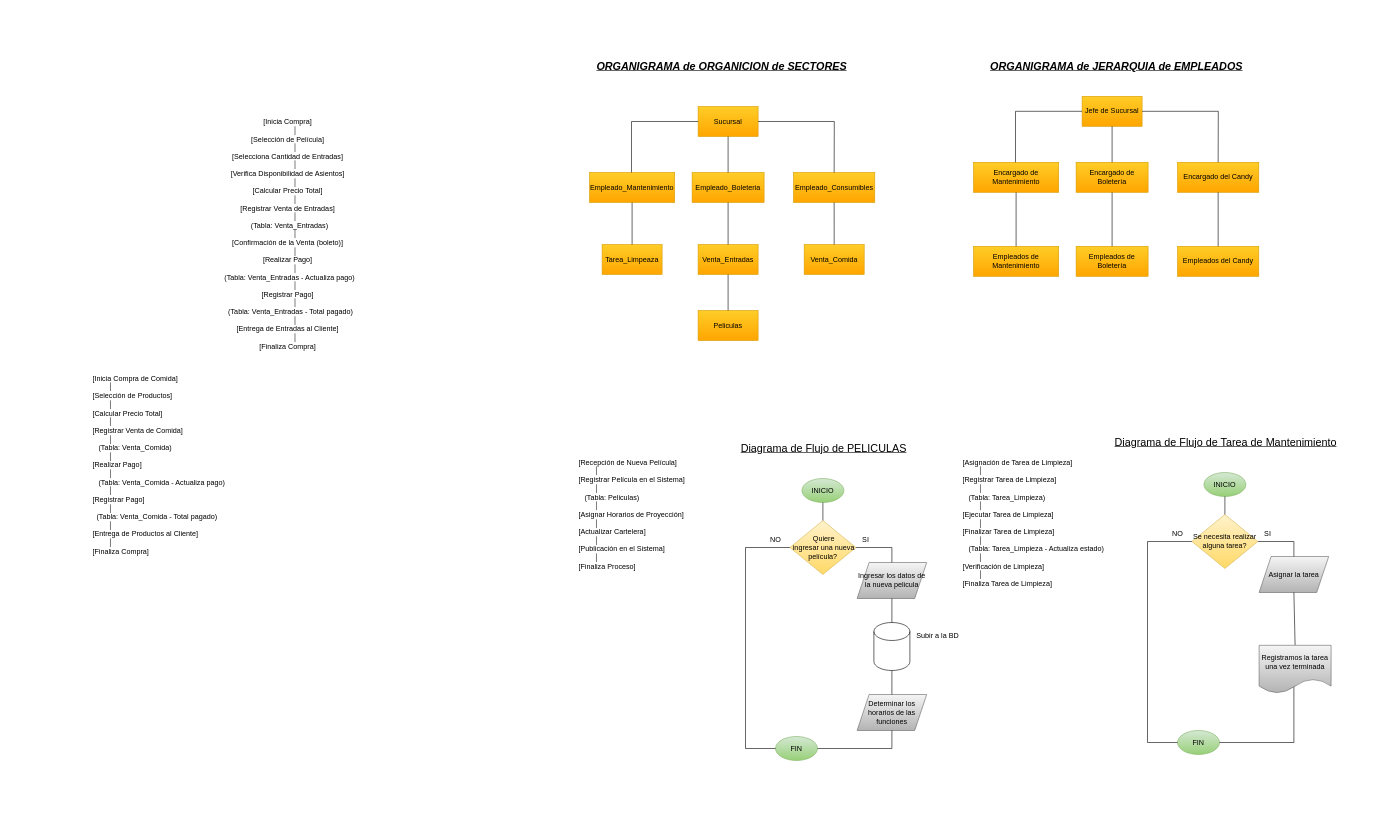
Above: ORGANIGRAMA.drawio in NahuelLV/Base-de-Datos (draw.io), before the change. Source tidied: cells renumbered, new cells numbered last; positions are measured from the earlier drawing's top-left corner, leaving out a move shared by most shapes. Both pictures are drawn from the tidied source at 60%, with x=0, y=0 at pixel (91, 54).
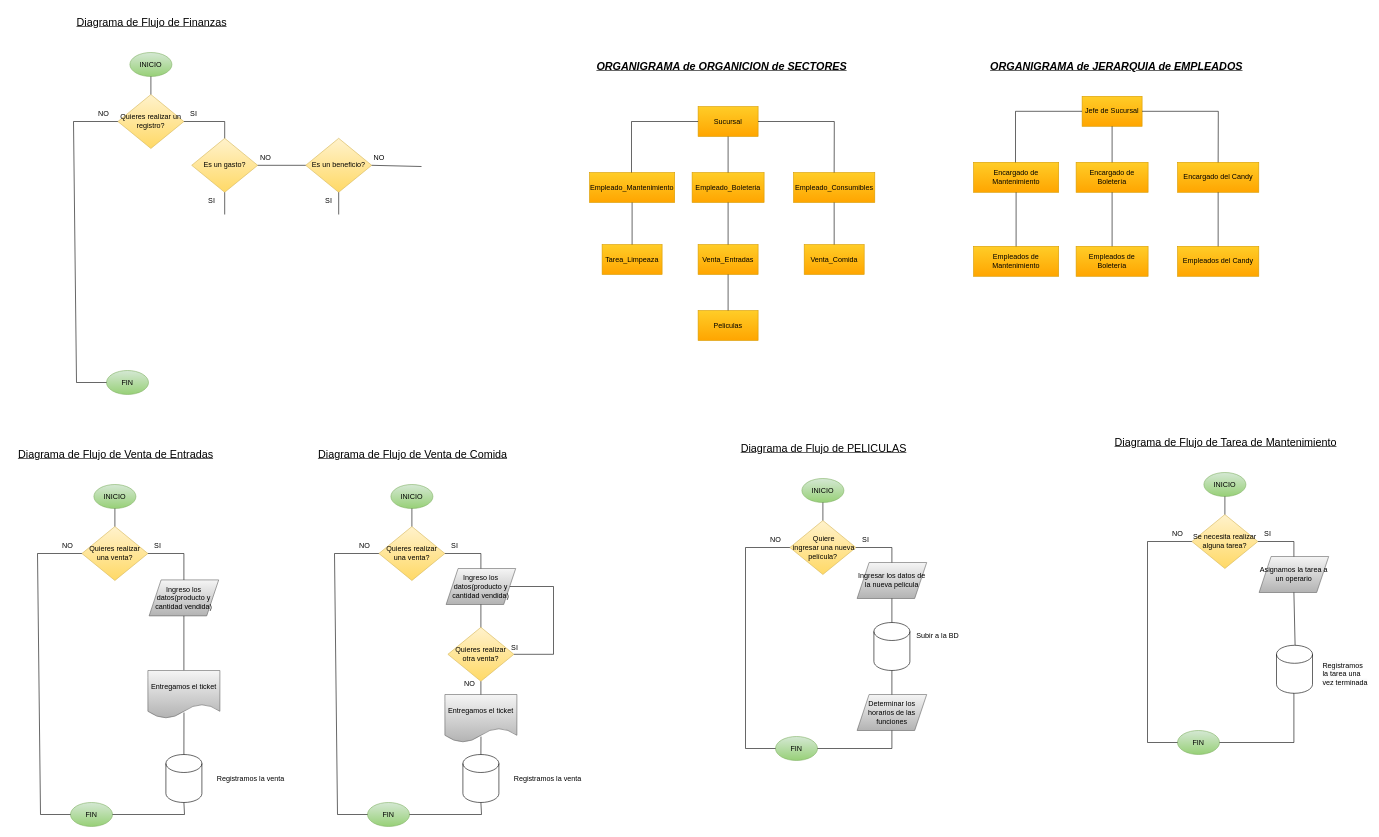
The same page after the edit.

The change refers to these unchanged cells:
```xml
<mxCell id="56" value="FIN" style="ellipse;whiteSpace=wrap;html=1;fillColor=#d5e8d4;gradientColor=#97d077;strokeColor=#82b366;" parent="1" vertex="1">
  <mxGeometry x="1810" y="1127" width="70" height="40" as="geometry" />
</mxCell>
```

Change to the diagram source:
```diff
@@
-    <mxCell id="32" value="&lt;div&gt;[Inicia Compra]&amp;nbsp;&amp;nbsp;&lt;/div&gt;&lt;div&gt;&amp;nbsp; &amp;nbsp; &amp;nbsp; &amp;nbsp; │&amp;nbsp;&amp;nbsp;&lt;/div&gt;&lt;div&gt;[Selección de Película]&amp;nbsp;&amp;nbsp;&lt;/div&gt;&lt;div&gt;&amp;nbsp; &amp;nbsp; &amp;nbsp; &amp;nbsp; │&amp;nbsp;&amp;nbsp;&lt;/div&gt;&lt;div&gt;[Selecciona Cantidad de Entradas]&amp;nbsp;&amp;nbsp;&lt;/div&gt;&lt;div&gt;&amp;nbsp; &amp;nbsp; &amp;nbsp; &amp;nbsp; │&amp;nbsp;&amp;nbsp;&lt;/div&gt;&lt;div&gt;[Verifica Disponibilidad de Asientos]&amp;nbsp;&amp;nbsp;&lt;/div&gt;&lt;div&gt;&amp;nbsp; &amp;nbsp; &amp;nbsp; &amp;nbsp; │&amp;nbsp;&amp;nbsp;&lt;/div&gt;&lt;div&gt;[Calcular Precio Total]&amp;nbsp;&amp;nbsp;&lt;/div&gt;&lt;div&gt;&amp;nbsp; &amp;nbsp; &amp;nbsp; &amp;nbsp; │&amp;nbsp;&amp;nbsp;&lt;/div&gt;&lt;div&gt;[Registrar Venta de Entradas]&amp;nbsp;&amp;nbsp;&lt;/div&gt;&lt;div&gt;&amp;nbsp; &amp;nbsp; &amp;nbsp; &amp;nbsp; │&amp;nbsp;&amp;nbsp;&lt;/div&gt;&lt;div&gt;&amp;nbsp; (Tabla: Venta_Entradas)&amp;nbsp;&amp;nbsp;&lt;/div&gt;&lt;div&gt;&amp;nbsp; &amp;nbsp; &amp;nbsp; &amp;nbsp; │&amp;nbsp;&amp;nbsp;&lt;/div&gt;&lt;div&gt;[Confirmación de la Venta (boleto)]&amp;nbsp;&amp;nbsp;&lt;/div&gt;&lt;div&gt;&amp;nbsp; &amp;nbsp; &amp;nbsp; &amp;nbsp; │&amp;nbsp;&amp;nbsp;&lt;/div&gt;&lt;div&gt;[Realizar Pago]&amp;nbsp;&amp;nbsp;&lt;/div&gt;&lt;div&gt;&amp;nbsp; &amp;nbsp; &amp;nbsp; &amp;nbsp; │&amp;nbsp;&amp;nbsp;&lt;/div&gt;&lt;div&gt;&amp;nbsp; (Tabla: Venta_Entradas - Actualiza pago)&amp;nbsp;&amp;nbsp;&lt;/div&gt;&lt;div&gt;&amp;nbsp; &amp;nbsp; &amp;nbsp; &amp;nbsp; │&amp;nbsp;&amp;nbsp;&lt;/div&gt;&lt;div&gt;[Registrar Pago]&amp;nbsp;&amp;nbsp;&lt;/div&gt;&lt;div&gt;&amp;nbsp; &amp;nbsp; &amp;nbsp; &amp;nbsp; │&amp;nbsp;&amp;nbsp;&lt;/div&gt;&lt;div&gt;&amp;nbsp; &amp;nbsp;(Tabla: Venta_Entradas - Total pagado)&amp;nbsp;&amp;nbsp;&lt;/div&gt;&lt;div&gt;&amp;nbsp; &amp;nbsp; &amp;nbsp; &amp;nbsp; │&amp;nbsp;&amp;nbsp;&lt;/div&gt;&lt;div&gt;[Entrega de Entradas al Cliente]&amp;nbsp;&amp;nbsp;&lt;/div&gt;&lt;div&gt;&amp;nbsp; &amp;nbsp; &amp;nbsp; &amp;nbsp; │&amp;nbsp;&amp;nbsp;&lt;/div&gt;&lt;div&gt;[Finaliza Compra]&amp;nbsp;&amp;nbsp;&lt;/div&gt;&lt;div&gt;&lt;br&gt;&lt;/div&gt;" style="text;html=1;align=center;verticalAlign=middle;strokeColor=none;fillColor=none;" parent="1" vertex="1">
-      <mxGeometry x="205" y="97" width="250" height="420" as="geometry" />
-    </mxCell>
-    <mxCell id="33" value="[Inicia Compra de Comida]  &#10;        │  &#10;[Selección de Productos]  &#10;        │  &#10;[Calcular Precio Total]  &#10;        │  &#10;[Registrar Venta de Comida]  &#10;        │  &#10;   (Tabla: Venta_Comida)  &#10;        │  &#10;[Realizar Pago]  &#10;        │  &#10;   (Tabla: Venta_Comida - Actualiza pago)  &#10;        │  &#10;[Registrar Pago]  &#10;        │  &#10;  (Tabla: Venta_Comida - Total pagado)  &#10;        │  &#10;[Entrega de Productos al Cliente]  &#10;        │  &#10;[Finaliza Compra]" style="text;whiteSpace=wrap;" parent="1" vertex="1">
-      <mxGeometry y="527" width="260" height="330" as="geometry" />
-    </mxCell>
-    <mxCell id="34" value="[Asignación de Tarea de Limpieza]  &#10;        │  &#10;[Registrar Tarea de Limpieza]  &#10;        │  &#10;   (Tabla: Tarea_Limpieza)  &#10;        │  &#10;[Ejecutar Tarea de Limpieza]  &#10;        │  &#10;[Finalizar Tarea de Limpieza]  &#10;        │  &#10;   (Tabla: Tarea_Limpieza - Actualiza estado)  &#10;        │  &#10;[Verificación de Limpieza]  &#10;        │  &#10;[Finaliza Tarea de Limpieza]" style="text;whiteSpace=wrap;" parent="1" vertex="1">
-      <mxGeometry x="1450" y="667" width="280" height="240" as="geometry" />
-    </mxCell>
-    <mxCell id="35" value="[Recepción de Nueva Película]  &#10;        │  &#10;[Registrar Película en el Sistema]  &#10;        │  &#10;   (Tabla: Peliculas)  &#10;        │  &#10;[Asignar Horarios de Proyección]  &#10;        │  &#10;[Actualizar Cartelera]  &#10;        │  &#10;[Publicación en el Sistema]  &#10;        │  &#10;[Finaliza Proceso]" style="text;whiteSpace=wrap;" parent="1" vertex="1">
-      <mxGeometry x="810" y="667" width="220" height="210" as="geometry" />
-    </mxCell>
@@
-    <mxCell id="60" value="Asignar la tarea" style="shape=parallelogram;perimeter=parallelogramPerimeter;whiteSpace=wrap;html=1;fixedSize=1;fillColor=#f5f5f5;gradientColor=#b3b3b3;strokeColor=#666666;" parent="1" vertex="1">
+    <mxCell id="60" value="&lt;div style=&quot;&quot;&gt;&lt;span style=&quot;background-color: initial;&quot;&gt;Asignamos la tarea a un operario&lt;/span&gt;&lt;/div&gt;" style="shape=parallelogram;perimeter=parallelogramPerimeter;whiteSpace=wrap;html=1;fixedSize=1;fillColor=#f5f5f5;gradientColor=#b3b3b3;strokeColor=#666666;align=center;" parent="1" vertex="1">
       <mxGeometry x="1946" y="837" width="116" height="60" as="geometry" />
     </mxCell>
@@
-    <mxCell id="62" style="endArrow=none;html=1;rounded=0;entryX=0.5;entryY=1;entryDx=0;entryDy=0;exitX=0.5;exitY=0;exitDx=0;exitDy=0;" parent="1" edge="1" source="64" target="60">
-      <mxGeometry relative="1" as="geometry" />
+    <mxCell id="62" style="endArrow=none;html=1;rounded=0;entryX=0.5;entryY=1;entryDx=0;entryDy=0;exitX=0.5;exitY=0;exitDx=0;exitDy=0;" parent="1" edge="1" target="60">
+      <mxGeometry relative="1" as="geometry">
+        <mxPoint x="2006" y="985" as="sourcePoint" />
+      </mxGeometry>
     </mxCell>
-    <mxCell id="63" style="endArrow=none;html=1;rounded=0;entryX=0.483;entryY=0.775;entryDx=0;entryDy=0;exitX=1;exitY=0.5;exitDx=0;exitDy=0;entryPerimeter=0;" parent="1" edge="1" source="56" target="64">
+    <mxCell id="63" style="endArrow=none;html=1;rounded=0;entryX=0.483;entryY=0.775;entryDx=0;entryDy=0;exitX=1;exitY=0.5;exitDx=0;exitDy=0;entryPerimeter=0;" parent="1" edge="1" source="56">
       <mxGeometry relative="1" as="geometry">
+        <mxPoint x="2004" y="1047" as="targetPoint" />
         <Array as="points">
           <mxPoint x="2004" y="1147" />
         </Array>
       </mxGeometry>
     </mxCell>
+    <mxCell id="65" style="shape=cylinder3;whiteSpace=wrap;html=1;boundedLbl=1;backgroundOutline=1;size=15;" parent="1" vertex="1">
+      <mxGeometry x="1975" y="985" width="60" height="80" as="geometry" />
+    </mxCell>
-    <mxCell id="64" value="Registramos la tarea una vez terminada" style="shape=document;whiteSpace=wrap;html=1;boundedLbl=1;fillColor=#f5f5f5;gradientColor=#b3b3b3;strokeColor=#666666;" parent="1" vertex="1">
-      <mxGeometry x="1946" y="985" width="120" height="80" as="geometry" />
+    <mxCell id="64" value="&lt;span style=&quot;color: rgb(0, 0, 0); font-family: Helvetica; font-size: 12px; font-style: normal; font-variant-ligatures: normal; font-variant-caps: normal; font-weight: 400; letter-spacing: normal; orphans: 2; text-align: center; text-indent: 0px; text-transform: none; widows: 2; word-spacing: 0px; -webkit-text-stroke-width: 0px; white-space: normal; background-color: rgb(251, 251, 251); text-decoration-thickness: initial; text-decoration-style: initial; text-decoration-color: initial; display: inline !important; float: none;&quot;&gt;Registramos la tarea una vez terminada&lt;/span&gt;" style="text;whiteSpace=wrap;html=1;" parent="1" vertex="1">
+      <mxGeometry x="2050" y="1005" width="80" height="40" as="geometry" />
     </mxCell>
+    <mxCell id="66" value="&lt;font style=&quot;font-size: 18px;&quot;&gt;&lt;u&gt;Diagrama de Flujo de Venta de Comida&lt;/u&gt;&lt;/font&gt;" style="text;html=1;align=center;verticalAlign=middle;strokeColor=none;fillColor=none;" parent="1" vertex="1">
+      <mxGeometry x="365" y="647" width="340" height="40" as="geometry" />
+    </mxCell>
+    <mxCell id="67" value="INICIO" style="ellipse;whiteSpace=wrap;html=1;fillColor=#d5e8d4;gradientColor=#97d077;strokeColor=#82b366;" parent="1" vertex="1">
+      <mxGeometry x="499" y="717" width="70" height="40" as="geometry" />
+    </mxCell>
+    <mxCell id="68" value="Quieres realizar una venta?" style="rhombus;whiteSpace=wrap;html=1;fillColor=#fff2cc;gradientColor=#ffd966;strokeColor=#d6b656;" parent="1" vertex="1">
+      <mxGeometry x="479" y="787" width="110" height="90" as="geometry" />
+    </mxCell>
+    <mxCell id="69" style="endArrow=none;html=1;rounded=0;entryX=0.5;entryY=1;entryDx=0;entryDy=0;exitX=0.5;exitY=0;exitDx=0;exitDy=0;" parent="1" edge="1" source="68" target="67">
+      <mxGeometry relative="1" as="geometry" />
+    </mxCell>
+    <mxCell id="70" value="FIN" style="ellipse;whiteSpace=wrap;html=1;fillColor=#d5e8d4;gradientColor=#97d077;strokeColor=#82b366;" parent="1" vertex="1">
+      <mxGeometry x="460" y="1247" width="70" height="40" as="geometry" />
+    </mxCell>
+    <mxCell id="71" style="endArrow=none;html=1;rounded=0;entryX=0;entryY=0.5;entryDx=0;entryDy=0;exitX=0;exitY=0.5;exitDx=0;exitDy=0;" parent="1" edge="1" source="70" target="68">
+      <mxGeometry relative="1" as="geometry">
+        <Array as="points">
+          <mxPoint x="410" y="1267" />
+          <mxPoint x="405" y="832" />
+        </Array>
+      </mxGeometry>
+    </mxCell>
+    <mxCell id="72" value="NO" style="text;html=1;align=center;verticalAlign=middle;strokeColor=none;fillColor=none;" parent="1" vertex="1">
+      <mxGeometry x="435" y="805" width="40" height="30" as="geometry" />
+    </mxCell>
+    <mxCell id="73" value="SI" style="text;html=1;align=center;verticalAlign=middle;strokeColor=none;fillColor=none;" parent="1" vertex="1">
+      <mxGeometry x="590" y="805" width="30" height="30" as="geometry" />
+    </mxCell>
+    <mxCell id="74" value="Ingreso los datos(producto y cantidad vendida)" style="shape=parallelogram;perimeter=parallelogramPerimeter;whiteSpace=wrap;html=1;fixedSize=1;fillColor=#f5f5f5;gradientColor=#b3b3b3;strokeColor=#666666;" parent="1" vertex="1">
+      <mxGeometry x="591" y="857" width="116" height="60" as="geometry" />
+    </mxCell>
+    <mxCell id="75" style="endArrow=none;html=1;rounded=0;entryX=1;entryY=0.5;entryDx=0;entryDy=0;exitX=0.5;exitY=0;exitDx=0;exitDy=0;" parent="1" edge="1" source="74" target="68">
+      <mxGeometry relative="1" as="geometry">
+        <Array as="points">
+          <mxPoint x="649" y="832" />
+        </Array>
+      </mxGeometry>
+    </mxCell>
+    <mxCell id="76" style="endArrow=none;html=1;rounded=0;entryX=0.5;entryY=1;entryDx=0;entryDy=0;exitX=0.5;exitY=0;exitDx=0;exitDy=0;exitPerimeter=0;" parent="1" edge="1" target="74">
+      <mxGeometry relative="1" as="geometry">
+        <mxPoint x="649" y="957" as="sourcePoint" />
+      </mxGeometry>
+    </mxCell>
+    <mxCell id="77" value="Quieres realizar otra &lt;span style=&quot;background-color: initial;&quot;&gt;venta?&lt;/span&gt;" style="rhombus;whiteSpace=wrap;html=1;fillColor=#fff2cc;gradientColor=#ffd966;strokeColor=#d6b656;" parent="1" vertex="1">
+      <mxGeometry x="594" y="955" width="110" height="90" as="geometry" />
+    </mxCell>
+    <mxCell id="78" value="NO" style="text;html=1;align=center;verticalAlign=middle;strokeColor=none;fillColor=none;" parent="1" vertex="1">
+      <mxGeometry x="610" y="1035" width="40" height="30" as="geometry" />
+    </mxCell>
+    <mxCell id="79" value="SI" style="text;html=1;align=center;verticalAlign=middle;strokeColor=none;fillColor=none;" parent="1" vertex="1">
+      <mxGeometry x="690" y="975" width="30" height="30" as="geometry" />
+    </mxCell>
+    <mxCell id="80" style="endArrow=none;html=1;rounded=0;exitX=1;exitY=0.5;exitDx=0;exitDy=0;entryX=1;entryY=0.5;entryDx=0;entryDy=0;" parent="1" edge="1" source="77" target="74">
+      <mxGeometry relative="1" as="geometry">
+        <Array as="points">
+          <mxPoint x="770" y="1000" />
+          <mxPoint x="770" y="887" />
+        </Array>
+      </mxGeometry>
+    </mxCell>
+    <mxCell id="81" value="Entregamos el ticket" style="shape=document;whiteSpace=wrap;html=1;boundedLbl=1;fillColor=#f5f5f5;gradientColor=#b3b3b3;strokeColor=#666666;" parent="1" vertex="1">
+      <mxGeometry x="589" y="1067" width="120" height="80" as="geometry" />
+    </mxCell>
+    <mxCell id="82" style="shape=cylinder3;whiteSpace=wrap;html=1;boundedLbl=1;backgroundOutline=1;size=15;" parent="1" vertex="1">
+      <mxGeometry x="619" y="1167" width="60" height="80" as="geometry" />
+    </mxCell>
+    <mxCell id="83" value="Registramos la venta" style="text;html=1;align=center;verticalAlign=middle;strokeColor=none;fillColor=none;" parent="1" vertex="1">
+      <mxGeometry x="690" y="1192" width="140" height="30" as="geometry" />
+    </mxCell>
+    <mxCell id="84" style="endArrow=none;html=1;rounded=0;entryX=0.5;entryY=1;entryDx=0;entryDy=0;exitX=0.5;exitY=0;exitDx=0;exitDy=0;" parent="1" edge="1" source="81" target="77">
+      <mxGeometry relative="1" as="geometry" />
+    </mxCell>
+    <mxCell id="85" style="endArrow=none;html=1;rounded=0;entryX=0.501;entryY=0.876;entryDx=0;entryDy=0;entryPerimeter=0;exitX=0.5;exitY=0;exitDx=0;exitDy=0;exitPerimeter=0;" parent="1" edge="1" source="82" target="81">
+      <mxGeometry relative="1" as="geometry" />
+    </mxCell>
+    <mxCell id="86" style="endArrow=none;html=1;rounded=0;entryX=0.5;entryY=1;entryDx=0;entryDy=0;entryPerimeter=0;exitX=1;exitY=0.5;exitDx=0;exitDy=0;" parent="1" edge="1" source="70" target="82">
+      <mxGeometry relative="1" as="geometry">
+        <Array as="points">
+          <mxPoint x="650" y="1267" />
+        </Array>
+      </mxGeometry>
+    </mxCell>
+    <mxCell id="87" value="&lt;font style=&quot;font-size: 18px;&quot;&gt;&lt;u&gt;Diagrama de Flujo de Venta de Entradas&lt;/u&gt;&lt;/font&gt;" style="text;html=1;align=center;verticalAlign=middle;strokeColor=none;fillColor=none;" parent="1" vertex="1">
+      <mxGeometry x="-135" y="647" width="350" height="40" as="geometry" />
+    </mxCell>
+    <mxCell id="88" value="INICIO" style="ellipse;whiteSpace=wrap;html=1;fillColor=#d5e8d4;gradientColor=#97d077;strokeColor=#82b366;" parent="1" vertex="1">
+      <mxGeometry x="4" y="717" width="70" height="40" as="geometry" />
+    </mxCell>
+    <mxCell id="89" value="Quieres realizar una venta?" style="rhombus;whiteSpace=wrap;html=1;fillColor=#fff2cc;gradientColor=#ffd966;strokeColor=#d6b656;" parent="1" vertex="1">
+      <mxGeometry x="-16" y="787" width="110" height="90" as="geometry" />
+    </mxCell>
+    <mxCell id="90" style="endArrow=none;html=1;rounded=0;entryX=0.5;entryY=1;entryDx=0;entryDy=0;exitX=0.5;exitY=0;exitDx=0;exitDy=0;" parent="1" edge="1" source="89" target="88">
+      <mxGeometry relative="1" as="geometry" />
+    </mxCell>
+    <mxCell id="91" value="FIN" style="ellipse;whiteSpace=wrap;html=1;fillColor=#d5e8d4;gradientColor=#97d077;strokeColor=#82b366;" parent="1" vertex="1">
+      <mxGeometry x="-35" y="1247" width="70" height="40" as="geometry" />
+    </mxCell>
+    <mxCell id="92" style="endArrow=none;html=1;rounded=0;entryX=0;entryY=0.5;entryDx=0;entryDy=0;exitX=0;exitY=0.5;exitDx=0;exitDy=0;" parent="1" edge="1" source="91" target="89">
+      <mxGeometry relative="1" as="geometry">
+        <Array as="points">
+          <mxPoint x="-85" y="1267" />
+          <mxPoint x="-90" y="832" />
+        </Array>
+      </mxGeometry>
+    </mxCell>
+    <mxCell id="93" value="NO" style="text;html=1;align=center;verticalAlign=middle;strokeColor=none;fillColor=none;" parent="1" vertex="1">
+      <mxGeometry x="-60" y="805" width="40" height="30" as="geometry" />
+    </mxCell>
+    <mxCell id="94" value="SI" style="text;html=1;align=center;verticalAlign=middle;strokeColor=none;fillColor=none;" parent="1" vertex="1">
+      <mxGeometry x="95" y="805" width="30" height="30" as="geometry" />
+    </mxCell>
+    <mxCell id="95" value="Ingreso los datos(producto y cantidad vendida)" style="shape=parallelogram;perimeter=parallelogramPerimeter;whiteSpace=wrap;html=1;fixedSize=1;fillColor=#f5f5f5;gradientColor=#b3b3b3;strokeColor=#666666;" parent="1" vertex="1">
+      <mxGeometry x="96" y="876" width="116" height="60" as="geometry" />
+    </mxCell>
+    <mxCell id="96" style="endArrow=none;html=1;rounded=0;entryX=1;entryY=0.5;entryDx=0;entryDy=0;exitX=0.5;exitY=0;exitDx=0;exitDy=0;" parent="1" edge="1" source="95" target="89">
+      <mxGeometry relative="1" as="geometry">
+        <Array as="points">
+          <mxPoint x="154" y="832" />
+        </Array>
+      </mxGeometry>
+    </mxCell>
+    <mxCell id="97" style="endArrow=none;html=1;rounded=0;entryX=0.5;entryY=1;entryDx=0;entryDy=0;exitX=0.5;exitY=0;exitDx=0;exitDy=0;" parent="1" edge="1" source="98" target="95">
+      <mxGeometry relative="1" as="geometry" />
+    </mxCell>
+    <mxCell id="98" value="Entregamos el ticket" style="shape=document;whiteSpace=wrap;html=1;boundedLbl=1;fillColor=#f5f5f5;gradientColor=#b3b3b3;strokeColor=#666666;" parent="1" vertex="1">
+      <mxGeometry x="94" y="1027" width="120" height="80" as="geometry" />
+    </mxCell>
+    <mxCell id="99" style="shape=cylinder3;whiteSpace=wrap;html=1;boundedLbl=1;backgroundOutline=1;size=15;" parent="1" vertex="1">
+      <mxGeometry x="124" y="1167" width="60" height="80" as="geometry" />
+    </mxCell>
+    <mxCell id="100" value="Registramos la venta" style="text;html=1;align=center;verticalAlign=middle;strokeColor=none;fillColor=none;" parent="1" vertex="1">
+      <mxGeometry x="195" y="1192" width="140" height="30" as="geometry" />
+    </mxCell>
+    <mxCell id="101" style="endArrow=none;html=1;rounded=0;entryX=0.501;entryY=0.876;entryDx=0;entryDy=0;entryPerimeter=0;exitX=0.5;exitY=0;exitDx=0;exitDy=0;exitPerimeter=0;" parent="1" edge="1" source="99" target="98">
+      <mxGeometry relative="1" as="geometry" />
+    </mxCell>
+    <mxCell id="102" style="endArrow=none;html=1;rounded=0;entryX=0.5;entryY=1;entryDx=0;entryDy=0;entryPerimeter=0;exitX=1;exitY=0.5;exitDx=0;exitDy=0;" parent="1" edge="1" source="91" target="99">
+      <mxGeometry relative="1" as="geometry">
+        <Array as="points">
+          <mxPoint x="155" y="1267" />
+        </Array>
+      </mxGeometry>
+    </mxCell>
+    <mxCell id="103" value="&lt;font style=&quot;font-size: 18px;&quot;&gt;&lt;u&gt;Diagrama de Flujo de Finanzas&lt;/u&gt;&lt;/font&gt;" style="text;html=1;align=center;verticalAlign=middle;strokeColor=none;fillColor=none;" parent="1" vertex="1">
+      <mxGeometry x="-35" y="-73" width="270" height="40" as="geometry" />
+    </mxCell>
+    <mxCell id="104" value="INICIO" style="ellipse;whiteSpace=wrap;html=1;fillColor=#d5e8d4;gradientColor=#97d077;strokeColor=#82b366;" parent="1" vertex="1">
+      <mxGeometry x="64" y="-3" width="70" height="40" as="geometry" />
+    </mxCell>
+    <mxCell id="105" value="Quieres realizar un registro?" style="rhombus;whiteSpace=wrap;html=1;fillColor=#fff2cc;gradientColor=#ffd966;strokeColor=#d6b656;" parent="1" vertex="1">
+      <mxGeometry x="44" y="67" width="110" height="90" as="geometry" />
+    </mxCell>
+    <mxCell id="106" style="endArrow=none;html=1;rounded=0;entryX=0.5;entryY=1;entryDx=0;entryDy=0;exitX=0.5;exitY=0;exitDx=0;exitDy=0;" parent="1" edge="1" source="105" target="104">
+      <mxGeometry relative="1" as="geometry" />
+    </mxCell>
+    <mxCell id="107" value="FIN" style="ellipse;whiteSpace=wrap;html=1;fillColor=#d5e8d4;gradientColor=#97d077;strokeColor=#82b366;" parent="1" vertex="1">
+      <mxGeometry x="25" y="527" width="70" height="40" as="geometry" />
+    </mxCell>
+    <mxCell id="108" style="endArrow=none;html=1;rounded=0;entryX=0;entryY=0.5;entryDx=0;entryDy=0;exitX=0;exitY=0.5;exitDx=0;exitDy=0;" parent="1" edge="1" source="107" target="105">
+      <mxGeometry relative="1" as="geometry">
+        <Array as="points">
+          <mxPoint x="-25" y="547" />
+          <mxPoint x="-30" y="112" />
+        </Array>
+      </mxGeometry>
+    </mxCell>
+    <mxCell id="109" value="NO" style="text;html=1;align=center;verticalAlign=middle;strokeColor=none;fillColor=none;" parent="1" vertex="1">
+      <mxGeometry y="85" width="40" height="30" as="geometry" />
+    </mxCell>
+    <mxCell id="110" value="SI" style="text;html=1;align=center;verticalAlign=middle;strokeColor=none;fillColor=none;" parent="1" vertex="1">
+      <mxGeometry x="155" y="85" width="30" height="30" as="geometry" />
+    </mxCell>
+    <mxCell id="111" value="Es un gasto?" style="rhombus;whiteSpace=wrap;html=1;fillColor=#fff2cc;gradientColor=#ffd966;strokeColor=#d6b656;" parent="1" vertex="1">
+      <mxGeometry x="167" y="140" width="110" height="90" as="geometry" />
+    </mxCell>
+    <mxCell id="112" style="endArrow=none;html=1;rounded=0;entryX=1;entryY=0.5;entryDx=0;entryDy=0;exitX=0.5;exitY=0;exitDx=0;exitDy=0;" parent="1" edge="1" source="111" target="105">
+      <mxGeometry relative="1" as="geometry">
+        <Array as="points">
+          <mxPoint x="222" y="112" />
+        </Array>
+      </mxGeometry>
+    </mxCell>
+    <mxCell id="113" style="endArrow=none;html=1;rounded=0;entryX=0.5;entryY=1;entryDx=0;entryDy=0;" parent="1" edge="1" target="111">
+      <mxGeometry relative="1" as="geometry">
+        <mxPoint x="222" y="267" as="sourcePoint" />
+      </mxGeometry>
+    </mxCell>
+    <mxCell id="114" value="SI" style="text;html=1;align=center;verticalAlign=middle;strokeColor=none;fillColor=none;" parent="1" vertex="1">
+      <mxGeometry x="185" y="230" width="30" height="30" as="geometry" />
+    </mxCell>
+    <mxCell id="115" value="NO" style="text;html=1;align=center;verticalAlign=middle;strokeColor=none;fillColor=none;" parent="1" vertex="1">
+      <mxGeometry x="270" y="157" width="40" height="30" as="geometry" />
+    </mxCell>
+    <mxCell id="116" value="Es un beneficio?" style="rhombus;whiteSpace=wrap;html=1;fillColor=#fff2cc;gradientColor=#ffd966;strokeColor=#d6b656;" parent="1" vertex="1">
+      <mxGeometry x="357" y="140" width="110" height="90" as="geometry" />
+    </mxCell>
+    <mxCell id="117" style="endArrow=none;html=1;rounded=0;entryX=1;entryY=0.5;entryDx=0;entryDy=0;exitX=0;exitY=0.5;exitDx=0;exitDy=0;" parent="1" edge="1" source="116" target="111">
+      <mxGeometry relative="1" as="geometry" />
+    </mxCell>
+    <mxCell id="118" style="endArrow=none;html=1;rounded=0;entryX=0.5;entryY=1;entryDx=0;entryDy=0;" parent="1" edge="1" target="116">
+      <mxGeometry relative="1" as="geometry">
+        <mxPoint x="412" y="267" as="sourcePoint" />
+      </mxGeometry>
+    </mxCell>
+    <mxCell id="119" style="endArrow=none;html=1;rounded=0;entryX=1;entryY=0.5;entryDx=0;entryDy=0;" parent="1" edge="1" target="116">
+      <mxGeometry relative="1" as="geometry">
+        <mxPoint x="550" y="187" as="sourcePoint" />
+      </mxGeometry>
+    </mxCell>
+    <mxCell id="120" value="NO" style="text;html=1;align=center;verticalAlign=middle;strokeColor=none;fillColor=none;" parent="1" vertex="1">
+      <mxGeometry x="459" y="157" width="40" height="30" as="geometry" />
+    </mxCell>
+    <mxCell id="121" value="SI" style="text;html=1;align=center;verticalAlign=middle;strokeColor=none;fillColor=none;" parent="1" vertex="1">
+      <mxGeometry x="380" y="230" width="30" height="30" as="geometry" />
+    </mxCell>
```
